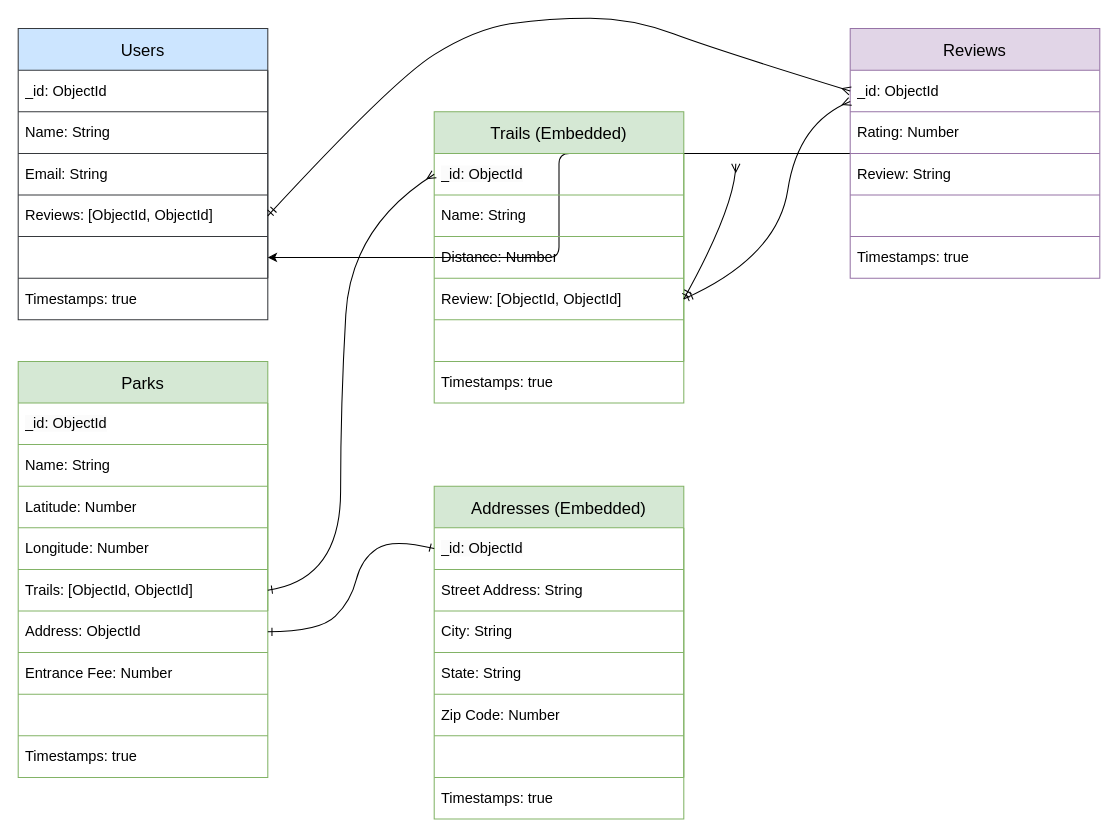
This is wireframes/ERD.drawio from caitlinfcorrigan/MyTrails, a draw.io file, before an edit. Source tidied: cells renumbered, new cells numbered last; positions are measured from the earlier drawing's top-left corner, leaving out a move shared by most shapes. Both pictures are drawn from the tidied source at 104%, with x=0, y=0 at pixel (18, 18).
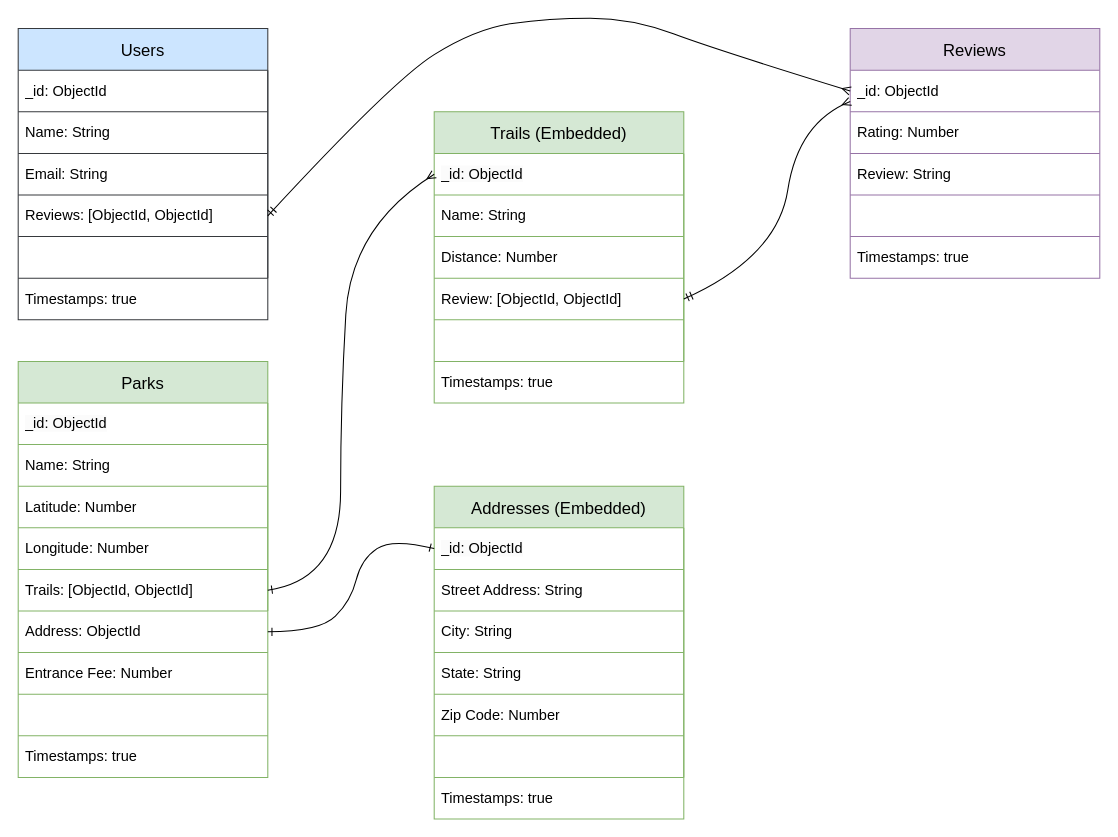
After the change.

Commit message (it also covers changes not shown here):
creates wireframes for home, parks, trails, and reviews page, plus forms for submitting content

Unchanged cells that the change refers to:
```xml
<mxCell id="13" style="shape=singleArrow;whiteSpace=wrap;html=1;arrowWidth=0.4;arrowSize=0.4;fontSize=16;startSize=40;" parent="11" vertex="1">
  <mxGeometry x="240" height="40" as="geometry" />
</mxCell>
<mxCell id="17" value="Reviews" style="shape=table;startSize=40;childLayout=tableLayout;fontSize=16;fillColor=#e1d5e7;strokeColor=#9673a6;" parent="1" vertex="1">
  <mxGeometry x="800" y="10" width="240" height="240" as="geometry" />
</mxCell>
<mxCell id="55" style="shape=tableRow;horizontal=0;startSize=0;swimlaneHead=0;swimlaneBody=0;top=0;left=0;bottom=0;right=0;fillColor=none;points=[[0,0.5],[1,0.5]];portConstraint=eastwest;" parent="48" vertex="1">
  <mxGeometry y="160" width="240" height="40" as="geometry" />
</mxCell>
```

Diff of the diagram source:
```diff
@@
-    <mxCell id="16" style="edgeStyle=elbowEdgeStyle;html=1;fontSize=14;" parent="1" edge="1" source="17" target="13">
-      <mxGeometry relative="1" as="geometry" />
-    </mxCell>
@@
-    <mxCell id="79" style="curved=1;endArrow=ERmany;html=1;fontSize=14;entryX=-0.012;entryY=-0.225;entryDx=0;entryDy=0;endFill=0;startArrow=ERmandOne;startFill=0;exitX=1;exitY=0.5;exitDx=0;exitDy=0;entryPerimeter=0;" parent="1" edge="1" source="55">
-      <mxGeometry relative="1" as="geometry">
-        <mxPoint x="690" y="140" as="targetPoint" />
-        <Array as="points">
-          <mxPoint x="690" y="180" />
-        </Array>
-      </mxGeometry>
-    </mxCell>
```
